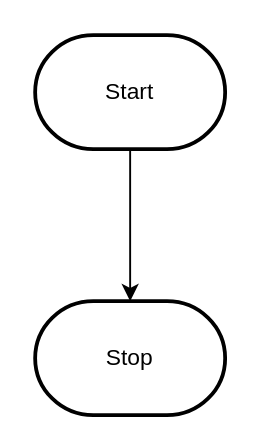
Before: design/flowchart.drawio in MTHS-ICD2O-1-2023/ICD2O-Unit-6-03-manya-feng, a draw.io diagram. Source tidied: cells renumbered, new cells numbered last; positions are measured from the earlier drawing's top-left corner, leaving out a move shared by most shapes. Both pictures are drawn from the tidied source at 190%, with x=0, y=0 at pixel (34, 34).
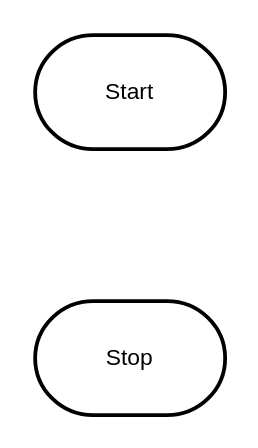
The same diagram, later.

The edit, as a diff of the source:
```diff
@@
 <mxGraphModel>
   <root>
     <mxCell id="0" />
     <mxCell id="1" parent="0" />
-    <mxCell id="2" style="edgeStyle=orthogonalEdgeStyle;html=1;rounded=0;" parent="1" edge="1" source="3" target="4">
-      <mxGeometry relative="1" as="geometry" />
-    </mxCell>
     <mxCell id="3" value="Start" style="strokeWidth=2;html=1;shape=mxgraph.flowchart.terminator;whiteSpace=wrap;" parent="1" vertex="1">
       <mxGeometry width="100" height="60" as="geometry" />
     </mxCell>
     <mxCell id="4" value="Stop" style="strokeWidth=2;html=1;shape=mxgraph.flowchart.terminator;whiteSpace=wrap;" parent="1" vertex="1">
       <mxGeometry y="140" width="100" height="60" as="geometry" />
     </mxCell>
   </root>
 </mxGraphModel>
```
